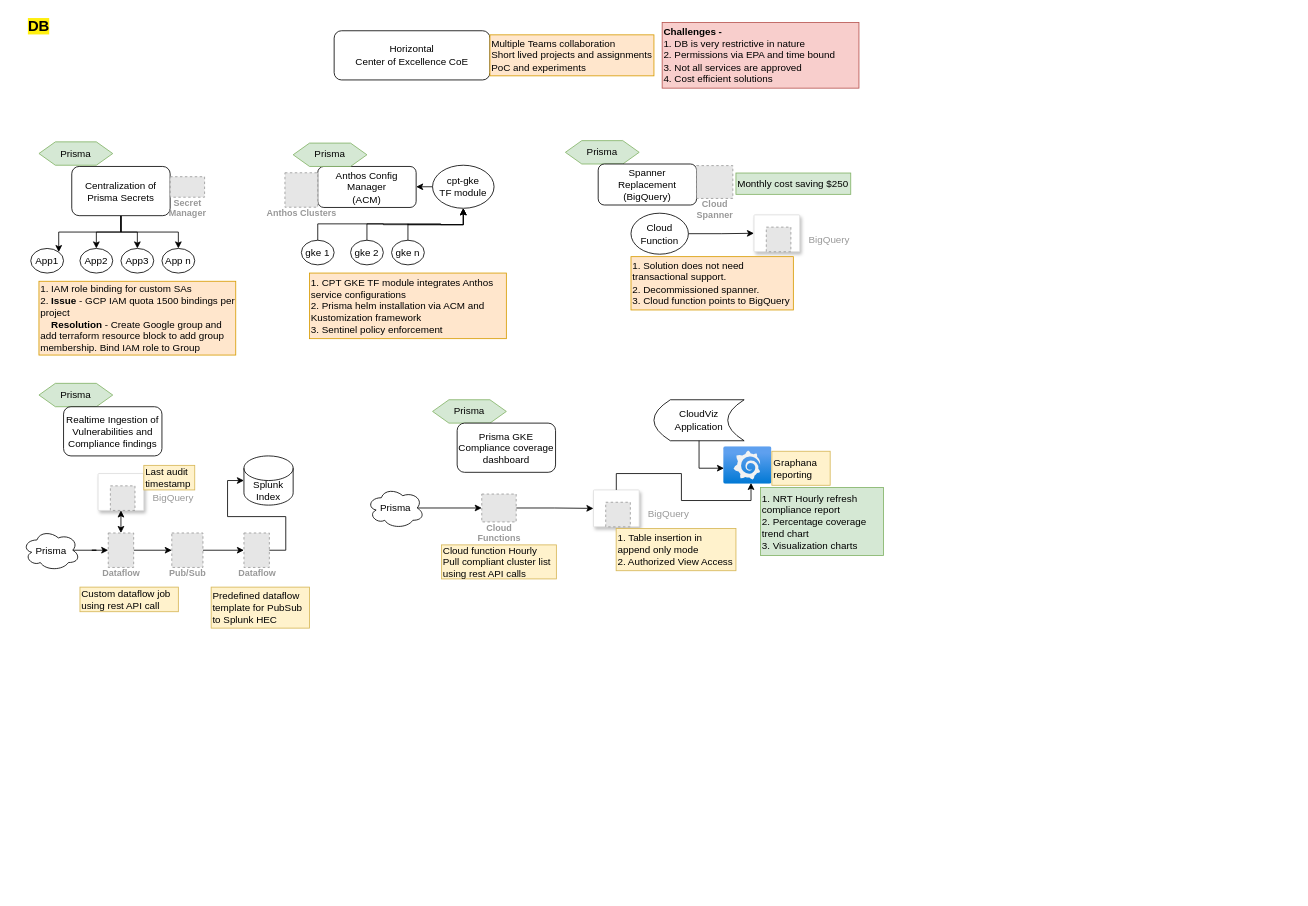
Earlier version of the draw.io diagram DB/DB-Project.drawio (harshaldharme/ProjectSpaces). Source tidied: cells renumbered, new cells numbered last; positions are measured from the earlier drawing's top-left corner, leaving out a move shared by most shapes. Both pictures are drawn from the tidied source at 82%, with x=0, y=0 at pixel (14, 14). Pictures stored in the file or linked from it are replaced by grey dashed boxes.
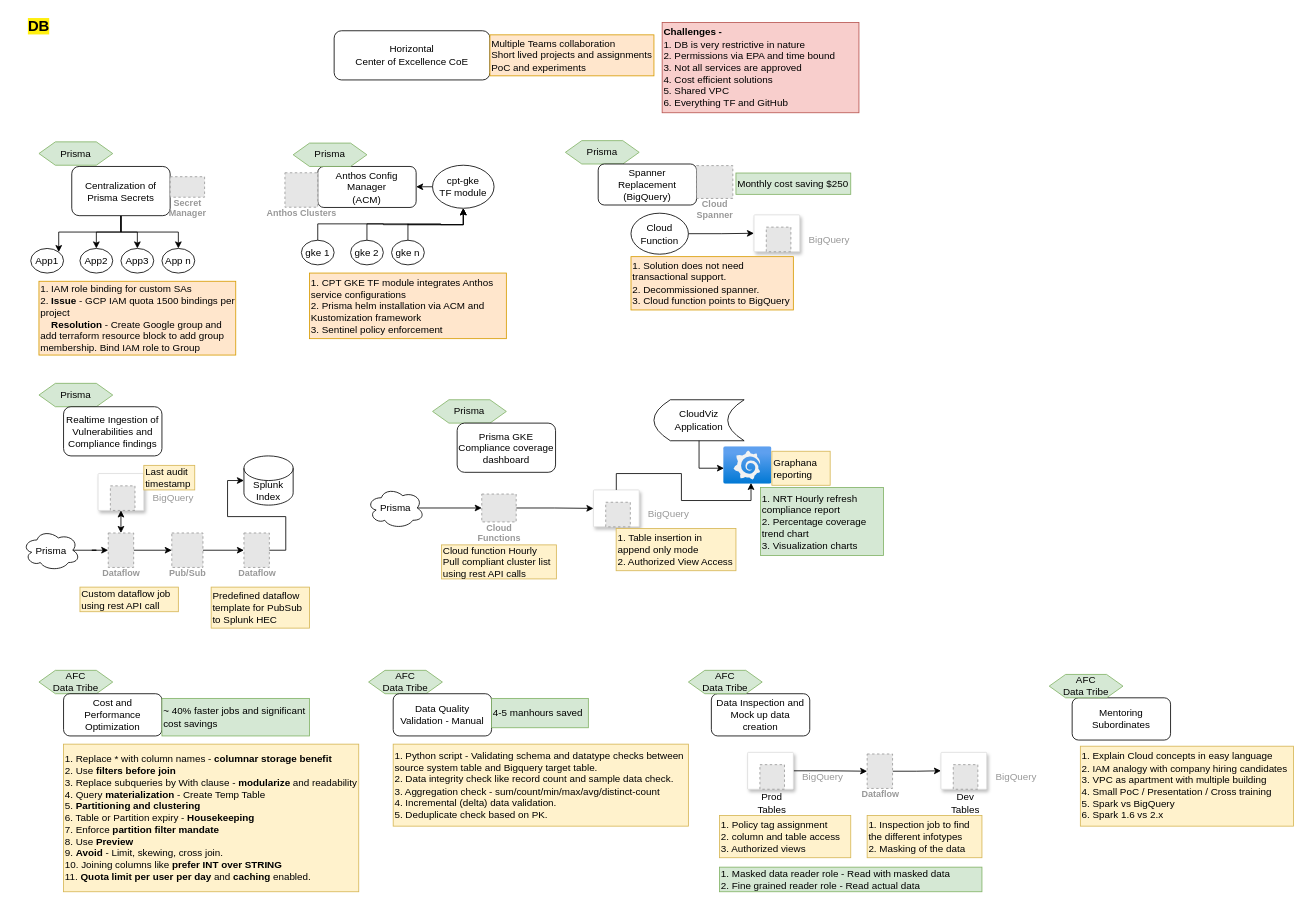
The same diagram, later.

Diff of the diagram source:
```diff
@@
-    <mxCell id="26" value="&lt;b&gt;Challenges -&amp;nbsp;&lt;/b&gt;&lt;div&gt;1. DB is very restrictive in nature&lt;br&gt;2. Permissions via EPA and time bound&lt;br&gt;3. Not all services are approved&lt;br&gt;4. Cost efficient solutions&lt;/div&gt;" style="text;html=1;align=left;verticalAlign=middle;whiteSpace=wrap;rounded=0;fillColor=#f8cecc;strokeColor=#b85450;" parent="1" vertex="1">
-      <mxGeometry x="790" y="10" width="240" height="80" as="geometry" />
+    <mxCell id="26" value="&lt;b&gt;Challenges -&amp;nbsp;&lt;/b&gt;&lt;div&gt;1. DB is very restrictive in nature&lt;br&gt;2. Permissions via EPA and time bound&lt;br&gt;3. Not all services are approved&lt;br&gt;4. Cost efficient solutions&lt;br&gt;5. Shared VPC&lt;br&gt;6. Everything TF and GitHub&lt;/div&gt;" style="text;html=1;align=left;verticalAlign=middle;whiteSpace=wrap;rounded=0;fillColor=#f8cecc;strokeColor=#b85450;" parent="1" vertex="1">
+      <mxGeometry x="790" y="10" width="240" height="110" as="geometry" />
     </mxCell>
@@
+    <mxCell id="75" value="AFC &lt;br&gt;Data Tribe" style="shape=hexagon;perimeter=hexagonPerimeter2;whiteSpace=wrap;html=1;fixedSize=1;fillColor=#d5e8d4;strokeColor=#82b366;" parent="1" vertex="1">
+      <mxGeometry x="30" y="800" width="90" height="28.5" as="geometry" />
+    </mxCell>
+    <mxCell id="76" value="Cost and Performance Optimization" style="rounded=1;whiteSpace=wrap;html=1;" parent="1" vertex="1">
+      <mxGeometry x="60" y="828.5" width="120" height="51.5" as="geometry" />
+    </mxCell>
+    <mxCell id="77" value="1. Replace * with column names - &lt;b&gt;columnar storage benefit&lt;/b&gt;&lt;br&gt;2. Use &lt;b&gt;filters&amp;nbsp;before join&lt;/b&gt;&lt;br&gt;3. Replace subqueries by With clause - &lt;b&gt;modularize&lt;/b&gt; and readability&lt;br&gt;4. Query &lt;b&gt;materialization&lt;/b&gt; - Create Temp Table&lt;br&gt;5.&lt;b&gt; Partitioning and clustering&lt;br&gt;&lt;/b&gt;6. Table or Partition expiry - &lt;b&gt;Housekeeping&lt;/b&gt;&lt;br&gt;7. Enforce &lt;b&gt;partition filter mandate&lt;/b&gt;&lt;br&gt;8. Use &lt;b&gt;Preview&lt;/b&gt;&lt;br&gt;9. &lt;b&gt;Avoid&lt;/b&gt; - Limit, skewing, cross join.&lt;br&gt;10. Joining columns like &lt;b&gt;prefer INT over STRING&lt;/b&gt;&lt;br&gt;11. &lt;b&gt;Quota limit per user per day&lt;/b&gt; and &lt;b&gt;caching&lt;/b&gt; enabled." style="text;html=1;align=left;verticalAlign=middle;whiteSpace=wrap;rounded=0;fillColor=#fff2cc;strokeColor=#d6b656;" parent="1" vertex="1">
+      <mxGeometry x="60" y="890" width="360" height="180" as="geometry" />
+    </mxCell>
+    <mxCell id="78" value="AFC &lt;br&gt;Data Tribe" style="shape=hexagon;perimeter=hexagonPerimeter2;whiteSpace=wrap;html=1;fixedSize=1;fillColor=#d5e8d4;strokeColor=#82b366;" parent="1" vertex="1">
+      <mxGeometry x="432" y="800" width="90" height="28.5" as="geometry" />
+    </mxCell>
+    <mxCell id="79" value="Data Quality Validation - Manual" style="rounded=1;whiteSpace=wrap;html=1;" parent="1" vertex="1">
+      <mxGeometry x="462" y="828.5" width="120" height="51.5" as="geometry" />
+    </mxCell>
+    <mxCell id="80" value="1. Python script - Validating schema and datatype checks between source system table and Bigquery target table.&lt;br&gt;2. Data integrity check like record count and sample data check.&amp;nbsp;&lt;br&gt;3. Aggregation check - sum/count/min/max/avg/distinct-count&lt;br&gt;4. Incremental (delta) data validation.&lt;br&gt;5.&lt;b&gt;&amp;nbsp;&lt;/b&gt;Deduplicate check based on PK." style="text;html=1;align=left;verticalAlign=middle;whiteSpace=wrap;rounded=0;fillColor=#fff2cc;strokeColor=#d6b656;" parent="1" vertex="1">
+      <mxGeometry x="462" y="890" width="360" height="100" as="geometry" />
+    </mxCell>
+    <mxCell id="81" value="~ 40% faster jobs and significant cost savings" style="text;html=1;align=left;verticalAlign=middle;whiteSpace=wrap;rounded=0;fillColor=#d5e8d4;strokeColor=#82b366;" parent="1" vertex="1">
+      <mxGeometry x="180" y="834.2" width="180" height="45.8" as="geometry" />
+    </mxCell>
+    <mxCell id="82" value="4-5 manhours saved" style="text;html=1;align=left;verticalAlign=middle;whiteSpace=wrap;rounded=0;fillColor=#d5e8d4;strokeColor=#82b366;" parent="1" vertex="1">
+      <mxGeometry x="582" y="834.2" width="118" height="35.8" as="geometry" />
+    </mxCell>
+    <mxCell id="83" value="Data Inspection and Mock up data creation" style="rounded=1;whiteSpace=wrap;html=1;" parent="1" vertex="1">
+      <mxGeometry x="850" y="828.5" width="120" height="51.5" as="geometry" />
+    </mxCell>
+    <mxCell id="84" value="AFC &lt;br&gt;Data Tribe" style="shape=hexagon;perimeter=hexagonPerimeter2;whiteSpace=wrap;html=1;fixedSize=1;fillColor=#d5e8d4;strokeColor=#82b366;" parent="1" vertex="1">
+      <mxGeometry x="822" y="800" width="90" height="28.5" as="geometry" />
+    </mxCell>
+    <mxCell id="85" style="edgeStyle=orthogonalEdgeStyle;rounded=0;jettySize=auto;html=1;exitX=1;exitY=0.5;exitDx=0;exitDy=0;entryX=0;entryY=0.5;entryDx=0;entryDy=0;" parent="1" edge="1" source="86" target="93">
+      <mxGeometry relative="1" as="geometry" />
+    </mxCell>
+    <mxCell id="86" value="Dataflow" style="fillColor=#E6E6E6;strokeColor=#999999;dashed=1;html=1;verticalAlign=top;labelPosition=center;verticalLabelPosition=bottom;align=center;spacingTop=-6;fontSize=11;fontStyle=1;fontColor=#999999;" parent="1" vertex="1">
+      <mxGeometry x="1040" y="902" width="31" height="42" as="geometry" />
+    </mxCell>
+    <mxCell id="87" style="edgeStyle=orthogonalEdgeStyle;rounded=0;jettySize=auto;html=1;exitX=1;exitY=0.5;exitDx=0;exitDy=0;entryX=0;entryY=0.5;entryDx=0;entryDy=0;" parent="1" edge="1" source="89" target="86">
+      <mxGeometry relative="1" as="geometry" />
+    </mxCell>
+    <mxCell id="88" style="group;" parent="1" vertex="1">
+      <mxGeometry x="894.2" y="900" width="60" height="77" as="geometry" />
+    </mxCell>
+    <mxCell id="89" style="strokeColor=#dddddd;shadow=1;strokeWidth=1;rounded=1;absoluteArcSize=1;arcSize=2;" parent="88" vertex="1">
+      <mxGeometry width="55.8" height="45" as="geometry" />
+    </mxCell>
+    <mxCell id="90" value="BigQuery" style="fillColor=#E6E6E6;strokeColor=#999999;dashed=1;html=1;fontColor=#999999;verticalLabelPosition=middle;verticalAlign=middle;labelPosition=right;align=left;spacingLeft=20;" parent="89" vertex="1">
+      <mxGeometry width="30" height="30" relative="1" as="geometry">
+        <mxPoint x="15" y="15" as="offset" />
+      </mxGeometry>
+    </mxCell>
+    <mxCell id="91" value="Prod Tables" style="text;html=1;align=center;verticalAlign=middle;whiteSpace=wrap;rounded=0;" parent="88" vertex="1">
+      <mxGeometry y="47" width="60" height="30" as="geometry" />
+    </mxCell>
+    <mxCell id="92" style="group;" parent="1" vertex="1">
+      <mxGeometry x="1130" y="900" width="60" height="77" as="geometry" />
+    </mxCell>
+    <mxCell id="93" style="strokeColor=#dddddd;shadow=1;strokeWidth=1;rounded=1;absoluteArcSize=1;arcSize=2;" parent="92" vertex="1">
+      <mxGeometry width="55.8" height="45" as="geometry" />
+    </mxCell>
+    <mxCell id="94" value="BigQuery" style="fillColor=#E6E6E6;strokeColor=#999999;dashed=1;html=1;fontColor=#999999;verticalLabelPosition=middle;verticalAlign=middle;labelPosition=right;align=left;spacingLeft=20;" parent="93" vertex="1">
+      <mxGeometry width="30" height="30" relative="1" as="geometry">
+        <mxPoint x="15" y="15" as="offset" />
+      </mxGeometry>
+    </mxCell>
+    <mxCell id="95" value="Dev Tables" style="text;html=1;align=center;verticalAlign=middle;whiteSpace=wrap;rounded=0;" parent="92" vertex="1">
+      <mxGeometry y="47" width="60" height="30" as="geometry" />
+    </mxCell>
+    <mxCell id="96" value="1. Inspection job to find the different infotypes&lt;br&gt;2. Masking of the data" style="text;html=1;align=left;verticalAlign=middle;whiteSpace=wrap;rounded=0;fillColor=#fff2cc;strokeColor=#d6b656;" parent="1" vertex="1">
+      <mxGeometry x="1040" y="977" width="140" height="51.5" as="geometry" />
+    </mxCell>
+    <mxCell id="97" value="1. Policy tag assignment&amp;nbsp;&lt;br&gt;2. column and table access&lt;br&gt;3. Authorized views" style="text;html=1;align=left;verticalAlign=middle;whiteSpace=wrap;rounded=0;fillColor=#fff2cc;strokeColor=#d6b656;" parent="1" vertex="1">
+      <mxGeometry x="860" y="977" width="160" height="51.5" as="geometry" />
+    </mxCell>
+    <mxCell id="98" value="1. Masked data reader role - Read with masked data&lt;br&gt;2. Fine grained reader role - Read actual data" style="text;html=1;align=left;verticalAlign=middle;whiteSpace=wrap;rounded=0;fillColor=#d5e8d4;strokeColor=#82b366;" parent="1" vertex="1">
+      <mxGeometry x="860" y="1040" width="320" height="30" as="geometry" />
+    </mxCell>
+    <mxCell id="99" value="Mentoring Subordinates" style="rounded=1;whiteSpace=wrap;html=1;" parent="1" vertex="1">
+      <mxGeometry x="1290" y="833.5" width="120" height="51.5" as="geometry" />
+    </mxCell>
+    <mxCell id="100" value="AFC &lt;br&gt;Data Tribe" style="shape=hexagon;perimeter=hexagonPerimeter2;whiteSpace=wrap;html=1;fixedSize=1;fillColor=#d5e8d4;strokeColor=#82b366;" parent="1" vertex="1">
+      <mxGeometry x="1262" y="805" width="90" height="28.5" as="geometry" />
+    </mxCell>
+    <mxCell id="101" value="1. Explain Cloud concepts in easy language&lt;br&gt;2. IAM analogy with company hiring candidates&lt;br&gt;3. VPC as apartment with multiple building&lt;br&gt;4. Small PoC / Presentation / Cross training&lt;br&gt;5. Spark vs BigQuery&lt;br&gt;6. Spark 1.6 vs 2.x" style="text;html=1;align=left;verticalAlign=middle;whiteSpace=wrap;rounded=0;fillColor=#fff2cc;strokeColor=#d6b656;" parent="1" vertex="1">
+      <mxGeometry x="1300" y="892.5" width="260" height="97.5" as="geometry" />
+    </mxCell>
```
